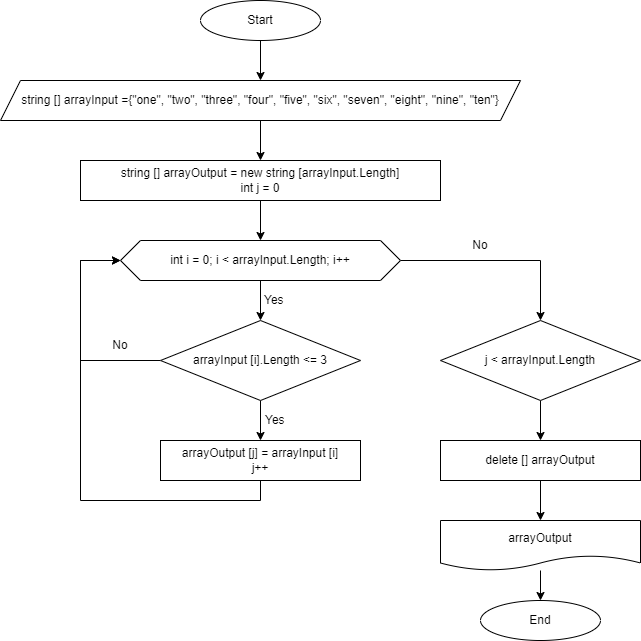
Earlier version of the draw.io export BlockDiagram.png (KhlopinaIrina/FinalTestWorkPart1). Source tidied: cells renumbered, new cells last; positions are measured from the earlier drawing's top-left corner, leaving out a move shared by most shapes.
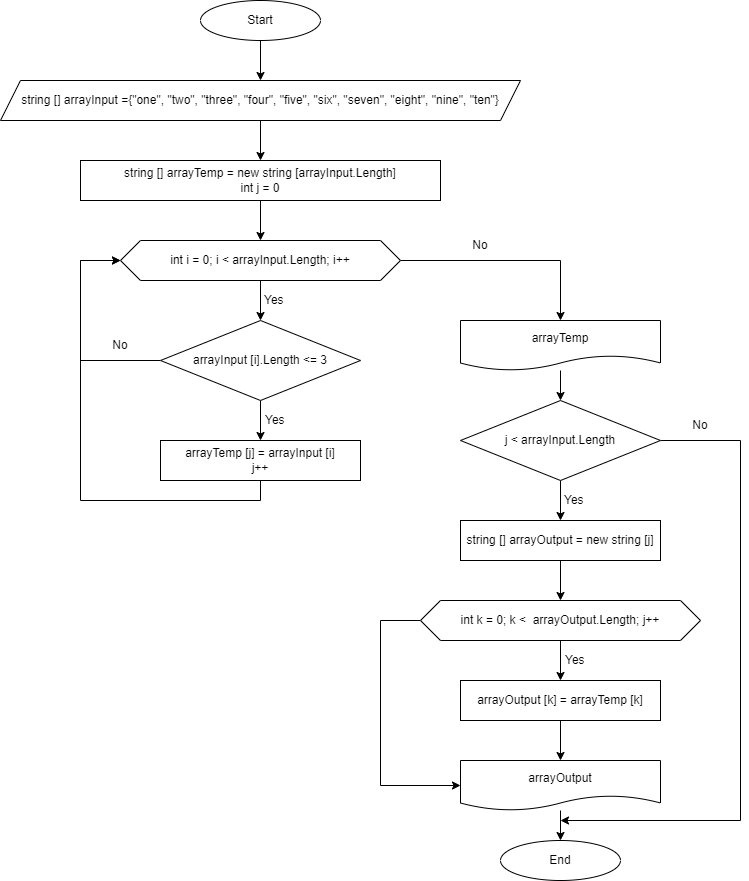
The same diagram one commit later.

Commit message:
Program debugging and flowchart editing

The edit, as a diff of the source:
```diff
@@ -19,14 +19,16 @@
         <mxPoint x="260" y="200" as="sourcePoint" />
       </mxGeometry>
     </mxCell>
-    <mxCell id="7" value="string [] arrayOutput = new string [arrayInput.Length]&lt;br&gt;int j = 0" style="rounded=0;whiteSpace=wrap;html=1;" parent="1" vertex="1">
+    <mxCell id="7" value="string [] arrayTemp = new string [arrayInput.Length]&lt;br&gt;int j = 0" style="rounded=0;whiteSpace=wrap;html=1;" parent="1" vertex="1">
       <mxGeometry x="80" y="160" width="360" height="40" as="geometry" />
     </mxCell>
     <mxCell id="8" style="edgeStyle=orthogonalEdgeStyle;rounded=0;jettySize=auto;html=1;entryX=0.5;entryY=0;entryDx=0;entryDy=0;" parent="1" edge="1" source="10" target="13">
       <mxGeometry relative="1" as="geometry" />
     </mxCell>
-    <mxCell id="9" style="edgeStyle=orthogonalEdgeStyle;rounded=0;jettySize=auto;html=1;entryX=0.5;entryY=0;entryDx=0;entryDy=0;" parent="1" edge="1" source="10" target="20">
-      <mxGeometry relative="1" as="geometry" />
+    <mxCell id="9" style="edgeStyle=orthogonalEdgeStyle;rounded=0;jettySize=auto;html=1;" parent="1" edge="1" source="10">
+      <mxGeometry relative="1" as="geometry">
+        <mxPoint x="560" y="320" as="targetPoint" />
+      </mxGeometry>
     </mxCell>
     <mxCell id="10" value="int i = 0; i &amp;lt; arrayInput.Length; i++" style="shape=hexagon;perimeter=hexagonPerimeter2;whiteSpace=wrap;html=1;fixedSize=1;" parent="1" vertex="1">
       <mxGeometry x="120" y="240" width="280" height="40" as="geometry" />
@@ -57,7 +59,7 @@
         </Array>
       </mxGeometry>
     </mxCell>
-    <mxCell id="16" value="arrayOutput [j] = arrayInput [i]&lt;br&gt;j++" style="rounded=0;whiteSpace=wrap;html=1;" parent="1" vertex="1">
+    <mxCell id="16" value="arrayTemp [j] = arrayInput [i]&lt;br&gt;j++" style="rounded=0;whiteSpace=wrap;html=1;" parent="1" vertex="1">
       <mxGeometry x="160" y="440" width="200" height="40" as="geometry" />
     </mxCell>
     <mxCell id="17" value="Yes" style="text;html=1;strokeColor=none;fillColor=none;align=left;verticalAlign=middle;whiteSpace=wrap;rounded=0;" parent="1" vertex="1">
@@ -69,26 +71,72 @@
     <mxCell id="19" style="edgeStyle=orthogonalEdgeStyle;rounded=0;jettySize=auto;html=1;" parent="1" edge="1" source="20" target="23">
       <mxGeometry relative="1" as="geometry" />
     </mxCell>
+    <mxCell id="27" style="edgeStyle=orthogonalEdgeStyle;rounded=0;jettySize=auto;html=1;" parent="1" edge="1" source="20">
+      <mxGeometry relative="1" as="geometry">
+        <mxPoint x="560" y="820" as="targetPoint" />
+        <Array as="points">
+          <mxPoint x="740" y="440" />
+          <mxPoint x="740" y="820" />
+        </Array>
+      </mxGeometry>
+    </mxCell>
     <mxCell id="20" value="j &amp;lt; arrayInput.Length" style="rhombus;whiteSpace=wrap;html=1;" parent="1" vertex="1">
-      <mxGeometry x="440" y="320" width="200" height="80" as="geometry" />
+      <mxGeometry x="460" y="400" width="200" height="80" as="geometry" />
     </mxCell>
     <mxCell id="21" value="No" style="text;html=1;strokeColor=none;fillColor=none;align=center;verticalAlign=middle;whiteSpace=wrap;rounded=0;" parent="1" vertex="1">
       <mxGeometry x="450" y="230" width="60" height="30" as="geometry" />
     </mxCell>
-    <mxCell id="22" style="edgeStyle=orthogonalEdgeStyle;rounded=0;jettySize=auto;html=1;entryX=0.5;entryY=0;entryDx=0;entryDy=0;" parent="1" edge="1" source="23" target="25">
-      <mxGeometry relative="1" as="geometry" />
+    <mxCell id="22" style="edgeStyle=orthogonalEdgeStyle;rounded=0;jettySize=auto;html=1;entryX=0.5;entryY=0;entryDx=0;entryDy=0;" parent="1" edge="1" target="25">
+      <mxGeometry relative="1" as="geometry">
+        <mxPoint x="560" y="720" as="sourcePoint" />
+      </mxGeometry>
     </mxCell>
+    <mxCell id="28" style="edgeStyle=orthogonalEdgeStyle;rounded=0;jettySize=auto;html=1;entryX=0.5;entryY=0;entryDx=0;entryDy=0;" parent="1" edge="1" source="23" target="31">
+      <mxGeometry relative="1" as="geometry" />
+    </mxCell>
-    <mxCell id="23" value="delete [] arrayOutput" style="rounded=0;whiteSpace=wrap;html=1;" parent="1" vertex="1">
-      <mxGeometry x="440" y="440" width="200" height="40" as="geometry" />
+    <mxCell id="23" value="string [] arrayOutput = new string [j]" style="rounded=0;whiteSpace=wrap;html=1;" parent="1" vertex="1">
+      <mxGeometry x="460" y="520" width="200" height="40" as="geometry" />
     </mxCell>
     <mxCell id="24" style="edgeStyle=orthogonalEdgeStyle;rounded=0;jettySize=auto;html=1;entryX=0.5;entryY=0;entryDx=0;entryDy=0;" parent="1" edge="1" source="25" target="26">
       <mxGeometry relative="1" as="geometry" />
     </mxCell>
     <mxCell id="25" value="arrayOutput" style="shape=document;whiteSpace=wrap;html=1;boundedLbl=1;" parent="1" vertex="1">
-      <mxGeometry x="440" y="520" width="200" height="50" as="geometry" />
+      <mxGeometry x="460" y="760" width="200" height="50" as="geometry" />
     </mxCell>
     <mxCell id="26" value="End" style="ellipse;whiteSpace=wrap;html=1;" parent="1" vertex="1">
-      <mxGeometry x="480" y="600" width="120" height="40" as="geometry" />
+      <mxGeometry x="500" y="840" width="120" height="40" as="geometry" />
     </mxCell>
+    <mxCell id="29" style="edgeStyle=orthogonalEdgeStyle;rounded=0;jettySize=auto;html=1;entryX=0.5;entryY=0;entryDx=0;entryDy=0;" parent="1" edge="1" source="31" target="32">
+      <mxGeometry relative="1" as="geometry" />
+    </mxCell>
+    <mxCell id="30" style="edgeStyle=orthogonalEdgeStyle;rounded=0;jettySize=auto;html=1;entryX=0;entryY=0.5;entryDx=0;entryDy=0;" parent="1" edge="1" source="31" target="25">
+      <mxGeometry relative="1" as="geometry">
+        <Array as="points">
+          <mxPoint x="380" y="620" />
+          <mxPoint x="380" y="785" />
+        </Array>
+      </mxGeometry>
+    </mxCell>
+    <mxCell id="31" value="int k = 0; k &amp;lt;&amp;nbsp; arrayOutput.Length; j++" style="shape=hexagon;perimeter=hexagonPerimeter2;whiteSpace=wrap;html=1;fixedSize=1;" parent="1" vertex="1">
+      <mxGeometry x="420" y="600" width="280" height="40" as="geometry" />
+    </mxCell>
+    <mxCell id="32" value="arrayOutput [k] = arrayTemp [k]" style="rounded=0;whiteSpace=wrap;html=1;" parent="1" vertex="1">
+      <mxGeometry x="460" y="680" width="200" height="40" as="geometry" />
+    </mxCell>
+    <mxCell id="33" value="Yes" style="text;html=1;strokeColor=none;fillColor=none;align=left;verticalAlign=middle;whiteSpace=wrap;rounded=0;" parent="1" vertex="1">
+      <mxGeometry x="562" y="485" width="40" height="30" as="geometry" />
+    </mxCell>
+    <mxCell id="34" value="Yes" style="text;html=1;strokeColor=none;fillColor=none;align=left;verticalAlign=middle;whiteSpace=wrap;rounded=0;" parent="1" vertex="1">
+      <mxGeometry x="563" y="645" width="40" height="30" as="geometry" />
+    </mxCell>
+    <mxCell id="35" value="No" style="text;html=1;strokeColor=none;fillColor=none;align=center;verticalAlign=middle;whiteSpace=wrap;rounded=0;" parent="1" vertex="1">
+      <mxGeometry x="670" y="410" width="60" height="30" as="geometry" />
+    </mxCell>
+    <mxCell id="36" style="edgeStyle=orthogonalEdgeStyle;rounded=0;jettySize=auto;html=1;entryX=0.5;entryY=0;entryDx=0;entryDy=0;" parent="1" edge="1" source="37" target="20">
+      <mxGeometry relative="1" as="geometry" />
+    </mxCell>
+    <mxCell id="37" value="arrayTemp" style="shape=document;whiteSpace=wrap;html=1;boundedLbl=1;" parent="1" vertex="1">
+      <mxGeometry x="460" y="320" width="200" height="50" as="geometry" />
+    </mxCell>
   </root>
 </mxGraphModel>
```
